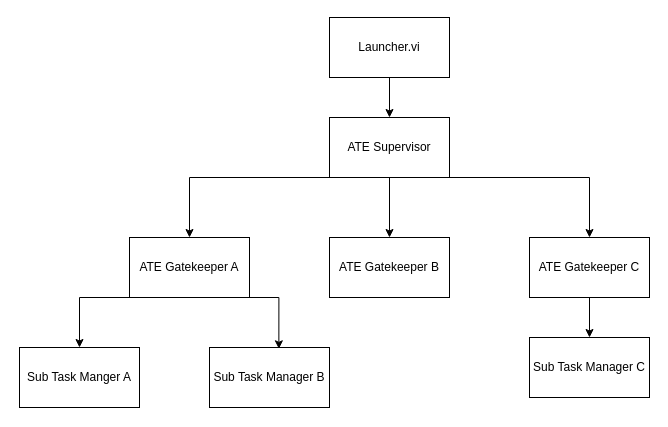
Before: ATE Actor Hierarchy.drawio in KentonYoung/ActorFramework, a draw.io diagram. Source tidied: cells renumbered, new cells numbered last; positions are measured from the earlier drawing's top-left corner, leaving out a move shared by most shapes. Both pictures are drawn from the tidied source at 100%, with x=0, y=0 at pixel (19, 17).
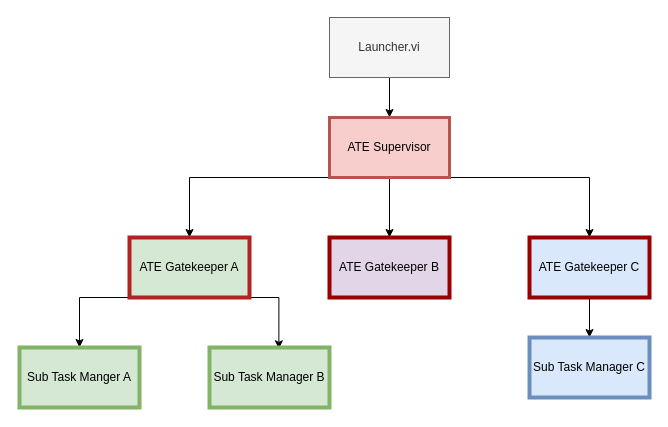
Above is the later version.

Diff of the diagram source:
```diff
@@
-    <mxCell id="3" value="Launcher.vi&lt;br&gt;" style="rounded=0;whiteSpace=wrap;html=1;" parent="1" vertex="1">
+    <mxCell id="3" value="Launcher.vi&lt;br&gt;" style="rounded=0;whiteSpace=wrap;html=1;fillColor=#f5f5f5;strokeColor=#666666;fontColor=#333333;" parent="1" vertex="1">
       <mxGeometry x="310" width="120" height="60" as="geometry" />
     </mxCell>
@@
-    <mxCell id="7" value="ATE Supervisor" style="rounded=0;whiteSpace=wrap;html=1;" parent="1" vertex="1">
+    <mxCell id="7" value="ATE Supervisor" style="rounded=0;whiteSpace=wrap;html=1;fillColor=#f8cecc;strokeColor=#b85450;strokeWidth=3;" parent="1" vertex="1">
       <mxGeometry x="310" y="100" width="120" height="60" as="geometry" />
     </mxCell>
-    <mxCell id="8" value="ATE Gatekeeper B" style="rounded=0;whiteSpace=wrap;html=1;" parent="1" vertex="1">
+    <mxCell id="8" value="ATE Gatekeeper B" style="rounded=0;whiteSpace=wrap;html=1;fillColor=#e1d5e7;strokeWidth=4;strokeColor=#990000;" parent="1" vertex="1">
       <mxGeometry x="310" y="220" width="120" height="60" as="geometry" />
     </mxCell>
@@
-    <mxCell id="11" value="ATE Gatekeeper A" style="rounded=0;whiteSpace=wrap;html=1;" parent="1" vertex="1">
+    <mxCell id="11" value="ATE Gatekeeper A" style="rounded=0;whiteSpace=wrap;html=1;fillColor=#d5e8d4;strokeColor=#B32222;strokeWidth=4;" parent="1" vertex="1">
       <mxGeometry x="110" y="220" width="120" height="60" as="geometry" />
     </mxCell>
@@
-    <mxCell id="13" value="ATE Gatekeeper C" style="rounded=0;whiteSpace=wrap;html=1;" parent="1" vertex="1">
+    <mxCell id="13" value="ATE Gatekeeper C" style="rounded=0;whiteSpace=wrap;html=1;fillColor=#dae8fc;strokeColor=#990000;strokeWidth=4;" parent="1" vertex="1">
       <mxGeometry x="510" y="220" width="120" height="60" as="geometry" />
     </mxCell>
-    <mxCell id="14" value="Sub Task Manger A" style="rounded=0;whiteSpace=wrap;html=1;" parent="1" vertex="1">
+    <mxCell id="14" value="Sub Task Manger A" style="rounded=0;whiteSpace=wrap;html=1;strokeWidth=4;fillColor=#d5e8d4;strokeColor=#82b366;" parent="1" vertex="1">
       <mxGeometry y="330" width="120" height="60" as="geometry" />
     </mxCell>
-    <mxCell id="15" value="Sub Task Manager B" style="rounded=0;whiteSpace=wrap;html=1;" parent="1" vertex="1">
+    <mxCell id="15" value="Sub Task Manager B" style="rounded=0;whiteSpace=wrap;html=1;strokeColor=#82b366;strokeWidth=4;fillColor=#d5e8d4;" parent="1" vertex="1">
       <mxGeometry x="190" y="330" width="120" height="60" as="geometry" />
     </mxCell>
-    <mxCell id="16" value="Sub Task Manager C" style="rounded=0;whiteSpace=wrap;html=1;" parent="1" vertex="1">
+    <mxCell id="16" value="Sub Task Manager C" style="rounded=0;whiteSpace=wrap;html=1;fillColor=#dae8fc;strokeColor=#6c8ebf;strokeWidth=4;" parent="1" vertex="1">
       <mxGeometry x="510" y="320" width="120" height="60" as="geometry" />
     </mxCell>
```
